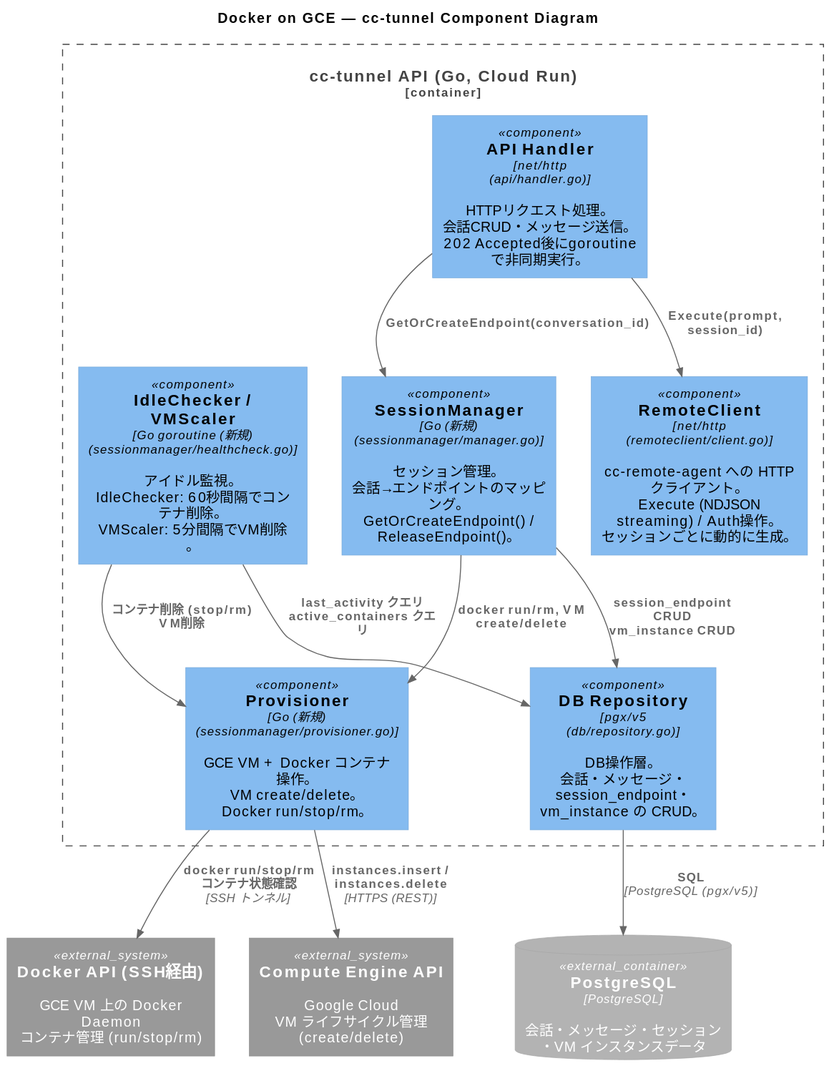
pollenjp/cc-tunnel keeps this PlantUML diagram as docs/plantuml/out/docker_gce_component.svg. Above is the earlier version. The source it was exported from:
```plantuml
@startuml
!include https://raw.githubusercontent.com/plantuml-stdlib/C4-PlantUML/master/C4_Component.puml

title Docker on GCE — cc-tunnel Component Diagram

System_Ext(docker_api, "Docker API (SSH経由)", "GCE VM 上の Docker Daemon\nコンテナ管理 (run/stop/rm)")
System_Ext(compute_api, "Compute Engine API", "Google Cloud\nVM ライフサイクル管理 (create/delete)")
ContainerDb_Ext(db, "PostgreSQL", "PostgreSQL", "会話・メッセージ・セッション・VM インスタンスデータ")

Container_Boundary(api_boundary, "cc-tunnel API (Go, Cloud Run)") {
  Component(handler, "API Handler", "net/http\n(api/handler.go)", "HTTPリクエスト処理。\n会話CRUD・メッセージ送信。\n202 Accepted後にgoroutineで非同期実行。")

  Component(sessionmanager, "SessionManager", "Go (新規)\n(sessionmanager/manager.go)", "セッション管理。\n会話→エンドポイントのマッピング。\nGetOrCreateEndpoint() / ReleaseEndpoint()。")

  Component(provisioner, "Provisioner", "Go (新規)\n(sessionmanager/provisioner.go)", "GCE VM + Docker コンテナ操作。\nVM create/delete。\nDocker run/stop/rm。")

  Component(idlechecker, "IdleChecker / VMScaler", "Go goroutine (新規)\n(sessionmanager/healthcheck.go)", "アイドル監視。\nIdleChecker: 60秒間隔でコンテナ削除。\nVMScaler: 5分間隔でVM削除。")

  Component(remoteclient, "RemoteClient", "net/http\n(remoteclient/client.go)", "cc-remote-agent への HTTP クライアント。\nExecute (NDJSON streaming) / Auth操作。\nセッションごとに動的に生成。")

  Component(repository, "DB Repository", "pgx/v5\n(db/repository.go)", "DB操作層。\n会話・メッセージ・session_endpoint・\nvm_instance の CRUD。")
}

Rel(handler, sessionmanager, "GetOrCreateEndpoint(conversation_id)")
Rel(handler, remoteclient, "Execute(prompt, session_id)")
Rel(sessionmanager, provisioner, "docker run/rm, VM create/delete")
Rel(sessionmanager, repository, "session_endpoint CRUD\nvm_instance CRUD")
Rel(idlechecker, repository, "last_activity クエリ\nactive_containers クエリ")
Rel(idlechecker, provisioner, "コンテナ削除 (stop/rm)\nVM削除")
Rel(repository, db, "SQL", "PostgreSQL (pgx/v5)")
Rel(provisioner, docker_api, "docker run/stop/rm\nコンテナ状態確認", "SSH トンネル")
Rel(provisioner, compute_api, "instances.insert / instances.delete", "HTTPS (REST)")
@enduml
```
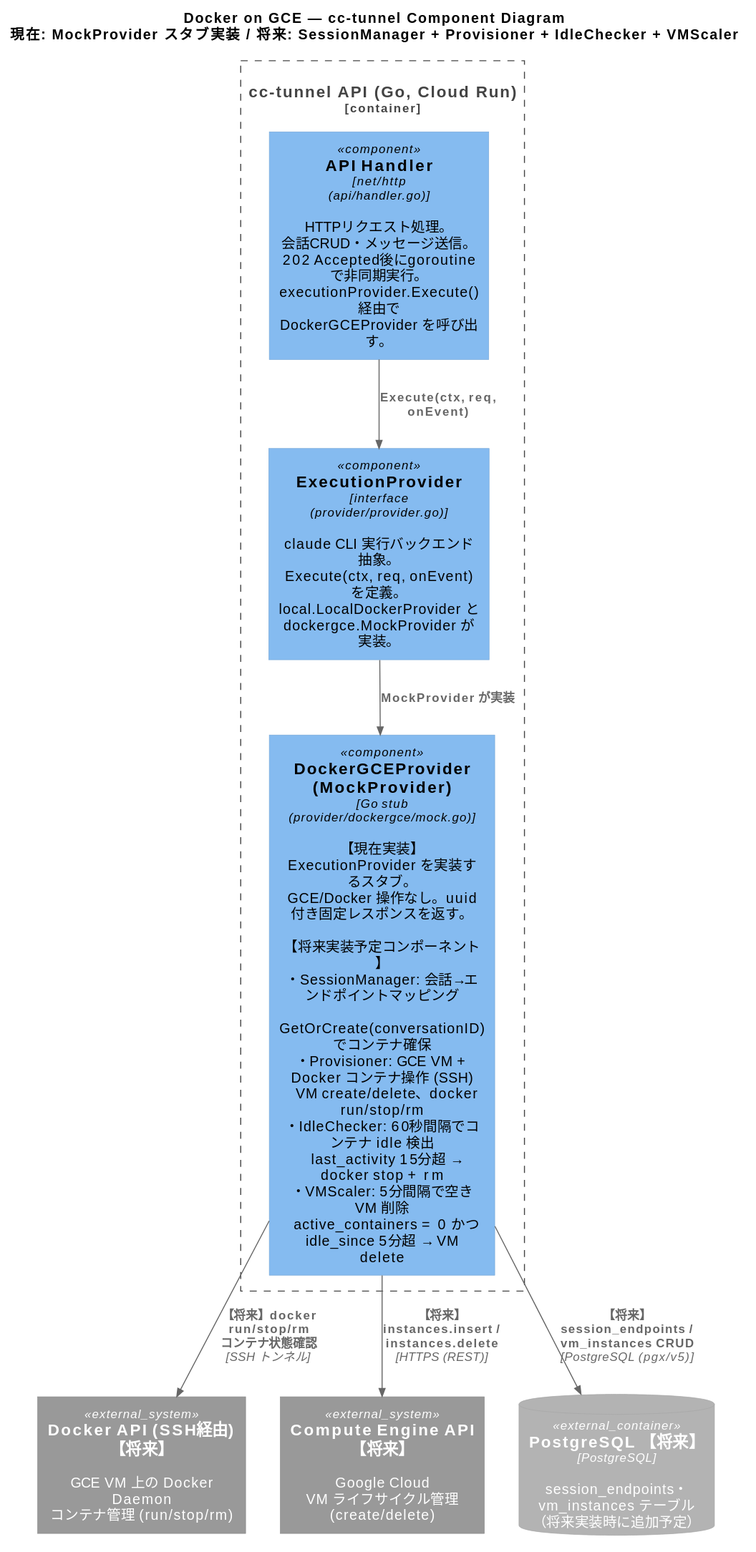
The same file after the commit.

Commit message:
docs: Update documentation for docker_gce mode implementation

Change to the diagram source:
```diff
@@ -1,33 +1,23 @@
 @startuml
 !include https://raw.githubusercontent.com/plantuml-stdlib/C4-PlantUML/master/C4_Component.puml
 
-title Docker on GCE — cc-tunnel Component Diagram
+title Docker on GCE — cc-tunnel Component Diagram\n現在: MockProvider スタブ実装 / 将来: SessionManager + Provisioner + IdleChecker + VMScaler
 
-System_Ext(docker_api, "Docker API (SSH経由)", "GCE VM 上の Docker Daemon\nコンテナ管理 (run/stop/rm)")
-System_Ext(compute_api, "Compute Engine API", "Google Cloud\nVM ライフサイクル管理 (create/delete)")
-ContainerDb_Ext(db, "PostgreSQL", "PostgreSQL", "会話・メッセージ・セッション・VM インスタンスデータ")
+System_Ext(docker_api, "Docker API (SSH経由) 【将来】", "GCE VM 上の Docker Daemon\nコンテナ管理 (run/stop/rm)")
+System_Ext(compute_api, "Compute Engine API 【将来】", "Google Cloud\nVM ライフサイクル管理 (create/delete)")
+ContainerDb_Ext(db, "PostgreSQL 【将来】", "PostgreSQL", "session_endpoints・vm_instances テーブル\n（将来実装時に追加予定）")
 
 Container_Boundary(api_boundary, "cc-tunnel API (Go, Cloud Run)") {
-  Component(handler, "API Handler", "net/http\n(api/handler.go)", "HTTPリクエスト処理。\n会話CRUD・メッセージ送信。\n202 Accepted後にgoroutineで非同期実行。")
+  Component(handler, "API Handler", "net/http\n(api/handler.go)", "HTTPリクエスト処理。\n会話CRUD・メッセージ送信。\n202 Accepted後にgoroutineで非同期実行。\nexecutionProvider.Execute() 経由で\nDockerGCEProvider を呼び出す。")
 
-  Component(sessionmanager, "SessionManager", "Go (新規)\n(sessionmanager/manager.go)", "セッション管理。\n会話→エンドポイントのマッピング。\nGetOrCreateEndpoint() / ReleaseEndpoint()。")
+  Component(exec_provider, "ExecutionProvider", "interface\n(provider/provider.go)", "claude CLI 実行バックエンド抽象。\nExecute(ctx, req, onEvent) を定義。\nlocal.LocalDockerProvider と\ndockergce.MockProvider が実装。")
 
-  Component(provisioner, "Provisioner", "Go (新規)\n(sessionmanager/provisioner.go)", "GCE VM + Docker コンテナ操作。\nVM create/delete。\nDocker run/stop/rm。")
-
-  Component(idlechecker, "IdleChecker / VMScaler", "Go goroutine (新規)\n(sessionmanager/healthcheck.go)", "アイドル監視。\nIdleChecker: 60秒間隔でコンテナ削除。\nVMScaler: 5分間隔でVM削除。")
-
-  Component(remoteclient, "RemoteClient", "net/http\n(remoteclient/client.go)", "cc-remote-agent への HTTP クライアント。\nExecute (NDJSON streaming) / Auth操作。\nセッションごとに動的に生成。")
-
-  Component(repository, "DB Repository", "pgx/v5\n(db/repository.go)", "DB操作層。\n会話・メッセージ・session_endpoint・\nvm_instance の CRUD。")
+  Component(mock_provider, "DockerGCEProvider (MockProvider)", "Go stub\n(provider/dockergce/mock.go)", "【現在実装】ExecutionProvider を実装するスタブ。\nGCE/Docker 操作なし。uuid 付き固定レスポンスを返す。\n\n【将来実装予定コンポーネント】\n・SessionManager: 会話→エンドポイントマッピング\n  GetOrCreate(conversationID) でコンテナ確保\n・Provisioner: GCE VM + Docker コンテナ操作 (SSH)\n  VM create/delete、docker run/stop/rm\n・IdleChecker: 60秒間隔でコンテナ idle 検出\n  last_activity 15分超 → docker stop + rm\n・VMScaler: 5分間隔で空き VM 削除\n  active_containers = 0 かつ idle_since 5分超 → VM delete")
 }
 
-Rel(handler, sessionmanager, "GetOrCreateEndpoint(conversation_id)")
-Rel(handler, remoteclient, "Execute(prompt, session_id)")
-Rel(sessionmanager, provisioner, "docker run/rm, VM create/delete")
-Rel(sessionmanager, repository, "session_endpoint CRUD\nvm_instance CRUD")
-Rel(idlechecker, repository, "last_activity クエリ\nactive_containers クエリ")
-Rel(idlechecker, provisioner, "コンテナ削除 (stop/rm)\nVM削除")
-Rel(repository, db, "SQL", "PostgreSQL (pgx/v5)")
-Rel(provisioner, docker_api, "docker run/stop/rm\nコンテナ状態確認", "SSH トンネル")
-Rel(provisioner, compute_api, "instances.insert / instances.delete", "HTTPS (REST)")
+Rel(handler, exec_provider, "Execute(ctx, req, onEvent)")
+Rel(exec_provider, mock_provider, "MockProvider が実装")
+Rel(mock_provider, docker_api, "【将来】docker run/stop/rm\nコンテナ状態確認", "SSH トンネル")
+Rel(mock_provider, compute_api, "【将来】instances.insert / instances.delete", "HTTPS (REST)")
+Rel(mock_provider, db, "【将来】session_endpoints / vm_instances CRUD", "PostgreSQL (pgx/v5)")
 @enduml
```
